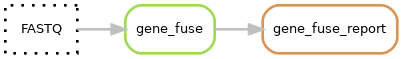
Before: docs/images/fusions.png, a diagram exported from Graphviz (genomic-medicine-sweden/Twist_Solid). Its source is kept beside it as docs/images/fusions.dot. Its diagram source:
```dot
digraph snakemake_dag {
    rankdir=LR;
    graph[bgcolor=white, margin=0];
    node[shape=box, style=rounded, fontname=sans,                 fontsize=10, penwidth=2];
    edge[penwidth=2, color=grey];
	0[label = "FASTQ", color = "0.0 0.0 0.0", style="dotted"];
	1[label = "gene_fuse", color = "0.24 0.6 0.85", style="rounded"];
	2[label = "gene_fuse_report", color = "0.08 0.6 0.85", style="rounded"];
	0 -> 1
	1 -> 2
}
```
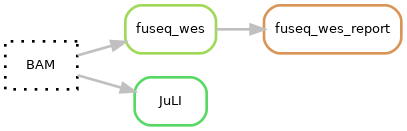
Later version of the same file.

The edit, as a diff of the source:
```diff
@@ -3,9 +3,13 @@
     graph[bgcolor=white, margin=0];
     node[shape=box, style=rounded, fontname=sans,                 fontsize=10, penwidth=2];
     edge[penwidth=2, color=grey];
-	0[label = "FASTQ", color = "0.0 0.0 0.0", style="dotted"];
-	1[label = "gene_fuse", color = "0.24 0.6 0.85", style="rounded"];
-	2[label = "gene_fuse_report", color = "0.08 0.6 0.85", style="rounded"];
+	0[label = "BAM", color = "0.0 0.0 0.0", style="dotted"];
+
+	1[label = "fuseq_wes", color = "0.24 0.6 0.85", style="rounded"];
+	2[label = "fuseq_wes_report", color = "0.08 0.6 0.85", style="rounded"];
 	0 -> 1
 	1 -> 2
+
+	3[label = "JuLI", color = "0.35 0.6 0.85", style="rounded"];
+	0 -> 3
 }
```
